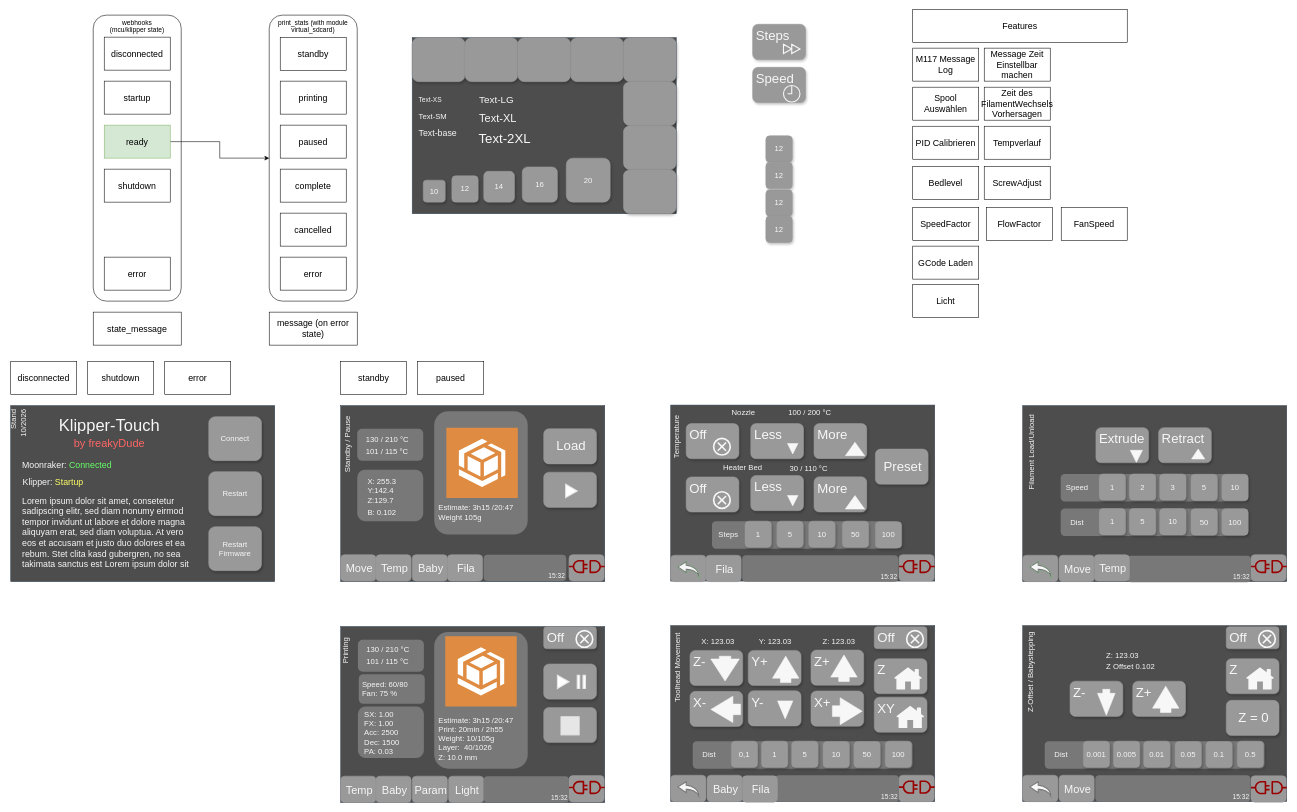
freakydude/klipper-touch keeps this draw.io diagram as page "Seite-2" (2 of 3) of docs/UseCases and Dependencies.drawio. Above is the earlier version. Source tidied: cells renumbered, new cells numbered last; positions are measured from the earlier drawing's top-left corner, leaving out a move shared by most shapes. Both pictures are drawn from the tidied source at 55%, with x=0, y=0 at pixel (-5, 9).
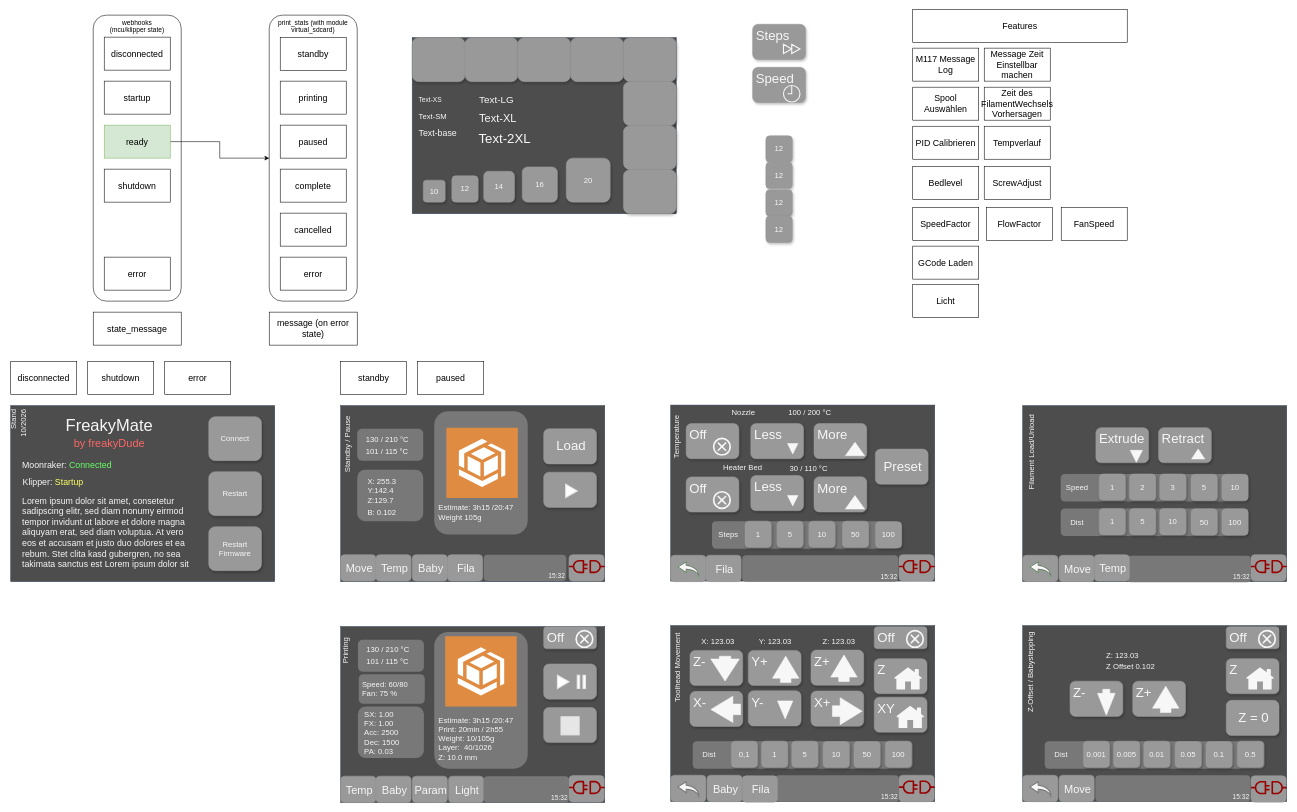
The same page after the edit.

Change to the diagram source:
```diff
@@
-    <mxCell id="35" value="&lt;font style=&quot;font-size: 30px;&quot;&gt;Klipper-Touch&lt;br&gt;&lt;/font&gt;&lt;font color=&quot;#ff6666&quot; style=&quot;font-size: 20px;&quot;&gt;by freakyDude&lt;/font&gt;" style="text;html=1;strokeColor=none;fillColor=none;align=center;verticalAlign=middle;whiteSpace=wrap;rounded=0;fontColor=#F7F7F7;fontSize=24;" parent="1" vertex="1">
+    <mxCell id="35" value="&lt;font style=&quot;font-size: 30px;&quot;&gt;FreakyMate&lt;br&gt;&lt;/font&gt;&lt;font color=&quot;#ff6666&quot; style=&quot;font-size: 20px;&quot;&gt;by freakyDude&lt;/font&gt;" style="text;html=1;strokeColor=none;fillColor=none;align=center;verticalAlign=middle;whiteSpace=wrap;rounded=0;fontColor=#F7F7F7;fontSize=24;" parent="1" vertex="1">
       <mxGeometry x="47" y="730" width="321" height="80" as="geometry" />
     </mxCell>
```
